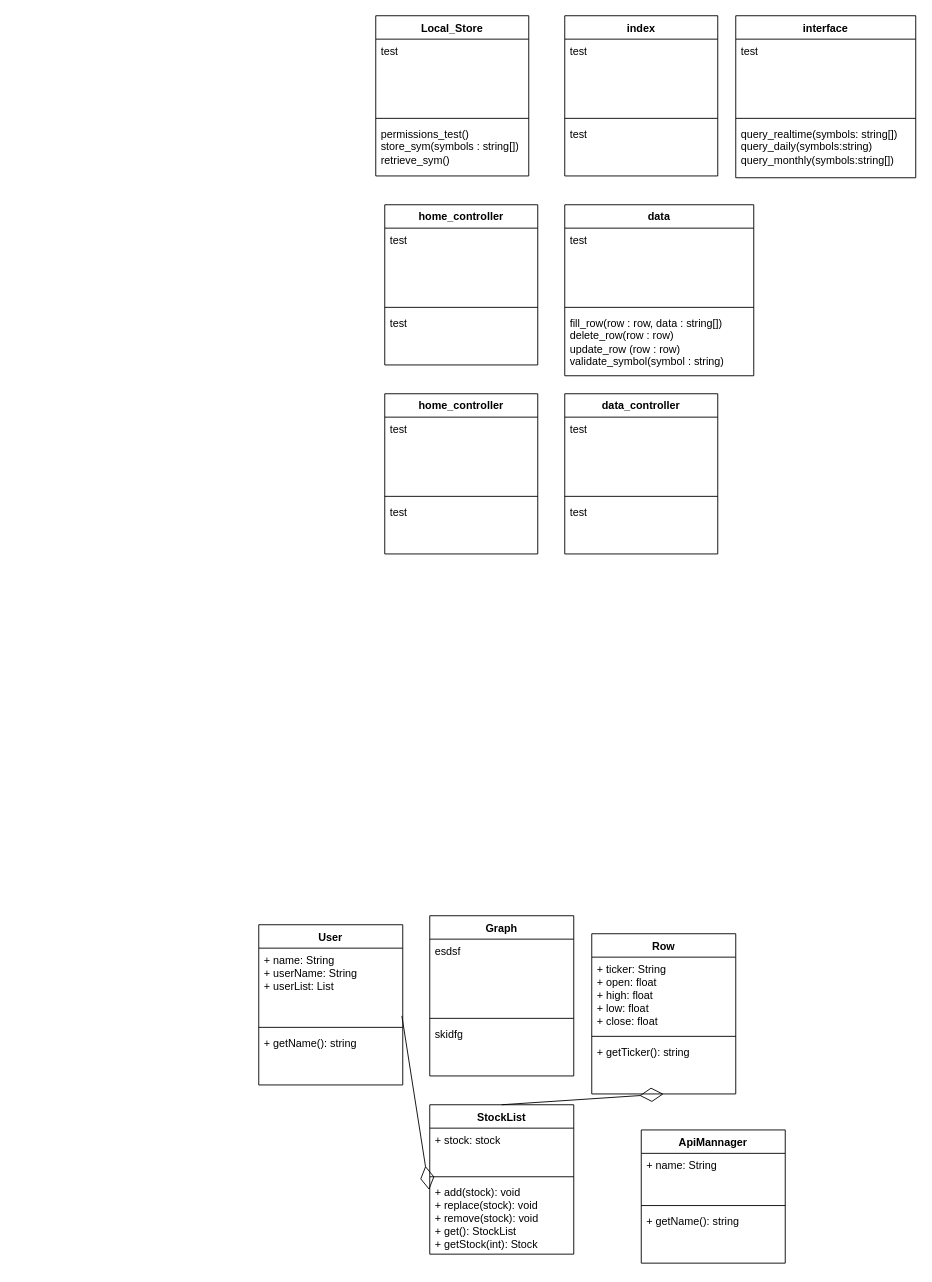
Earlier version of the draw.io diagram UML.drawio (Ian-Nelson01/480_Repo). Source tidied: cells renumbered, new cells numbered last; positions are measured from the earlier drawing's top-left corner, leaving out a move shared by most shapes. Both pictures are drawn from the tidied source at 90%, with x=0, y=0 at pixel (258, 15).
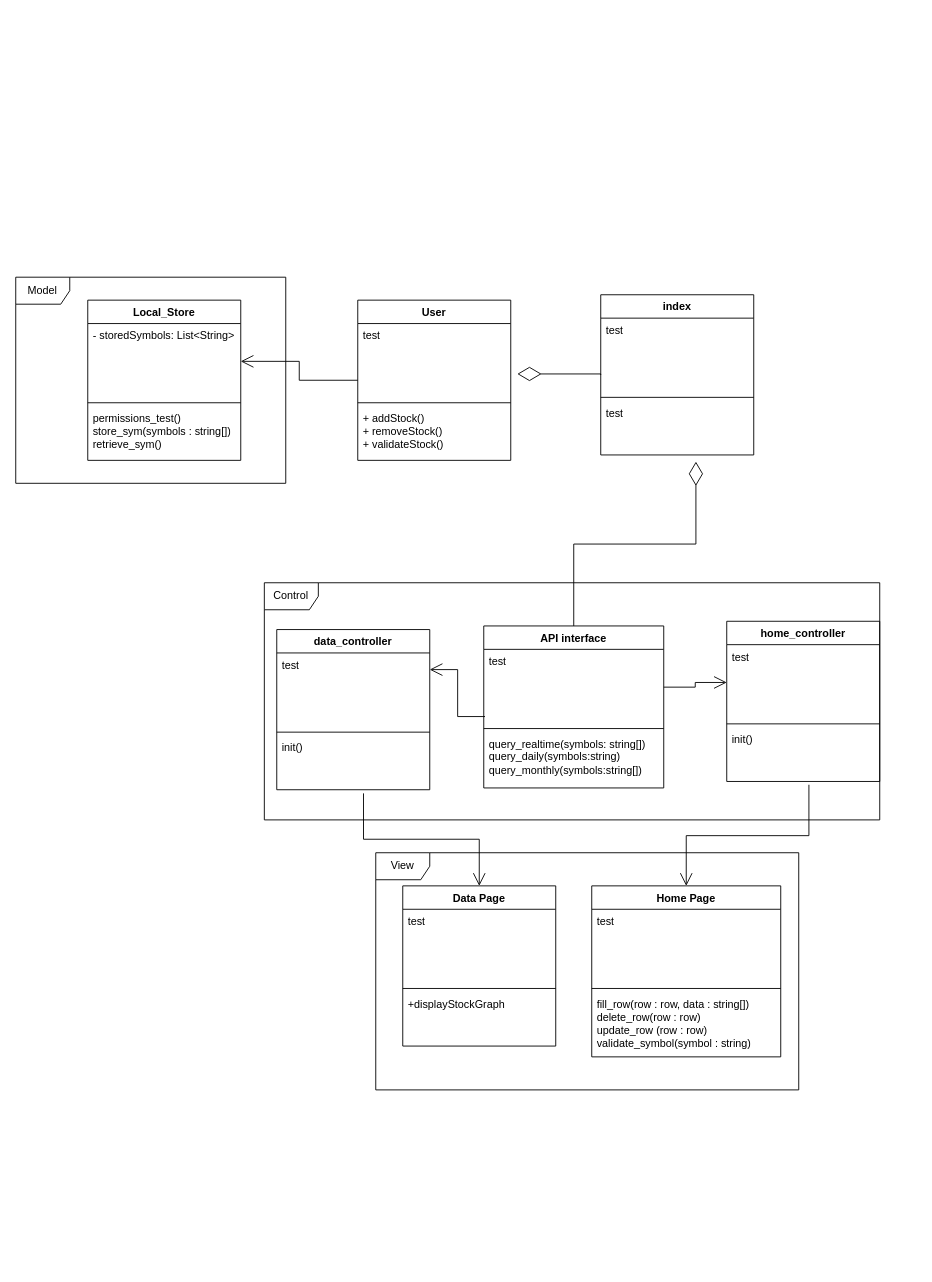
The same diagram, later.

Unchanged cells that the change refers to:
```xml
<mxCell id="31" value="test" style="text;strokeColor=none;fillColor=none;align=left;verticalAlign=top;spacingLeft=4;spacingRight=4;overflow=hidden;points=[[0,0.5],[1,0.5]];portConstraint=eastwest;whiteSpace=wrap;html=1;" parent="28" vertex="1">
  <mxGeometry y="118" width="170" height="60" as="geometry" />
</mxCell>
<mxCell id="37" value="test" style="text;strokeColor=none;fillColor=none;align=left;verticalAlign=top;spacingLeft=4;spacingRight=4;overflow=hidden;points=[[0,0.5],[1,0.5]];portConstraint=eastwest;whiteSpace=wrap;html=1;" parent="36" vertex="1">
  <mxGeometry y="26" width="170" height="84" as="geometry" />
</mxCell>
<mxCell id="49" value="test" style="text;strokeColor=none;fillColor=none;align=left;verticalAlign=top;spacingLeft=4;spacingRight=4;overflow=hidden;points=[[0,0.5],[1,0.5]];portConstraint=eastwest;whiteSpace=wrap;html=1;" parent="48" vertex="1">
  <mxGeometry y="26" width="200" height="84" as="geometry" />
</mxCell>
```

Diff of the diagram source:
```diff
@@
-    <mxCell id="2" value="Row" style="swimlane;fontStyle=1;align=center;verticalAlign=top;horizontal=1;startSize=26;whiteSpace=wrap;html=1;" parent="1" vertex="1">
-      <mxGeometry x="370" y="1020" width="160" height="178" as="geometry" />
-    </mxCell>
-    <mxCell id="3" value="+ ticker: String&lt;div&gt;+ open: float&lt;/div&gt;&lt;div&gt;+ high: float&lt;/div&gt;&lt;div&gt;+ low: float&lt;/div&gt;&lt;div&gt;+ close: float&lt;/div&gt;" style="text;strokeColor=none;fillColor=none;align=left;verticalAlign=top;spacingLeft=4;spacingRight=4;overflow=hidden;whiteSpace=wrap;html=1;" parent="2" vertex="1">
-      <mxGeometry y="26" width="160" height="84" as="geometry" />
-    </mxCell>
-    <mxCell id="4" style="line;strokeWidth=1;fillColor=none;align=left;verticalAlign=middle;spacingTop=-1;spacingLeft=3;spacingRight=3;labelPosition=right;strokeColor=inherit;" parent="2" vertex="1">
-      <mxGeometry y="110" width="160" height="8" as="geometry" />
-    </mxCell>
-    <mxCell id="5" value="+ getTicker(): string" style="text;strokeColor=none;fillColor=none;align=left;verticalAlign=top;spacingLeft=4;spacingRight=4;overflow=hidden;points=[[0,0.5],[1,0.5]];portConstraint=eastwest;whiteSpace=wrap;html=1;" parent="2" vertex="1">
-      <mxGeometry y="118" width="160" height="60" as="geometry" />
-    </mxCell>
-    <mxCell id="6" value="StockList" style="swimlane;fontStyle=1;align=center;verticalAlign=top;horizontal=1;startSize=26;whiteSpace=wrap;html=1;" parent="1" vertex="1">
-      <mxGeometry x="190" y="1210" width="160" height="166" as="geometry" />
-    </mxCell>
-    <mxCell id="7" value="+ stock: stock" style="text;strokeColor=none;fillColor=none;align=left;verticalAlign=top;spacingLeft=4;spacingRight=4;overflow=hidden;whiteSpace=wrap;html=1;" parent="6" vertex="1">
-      <mxGeometry y="26" width="160" height="50" as="geometry" />
-    </mxCell>
-    <mxCell id="8" style="line;strokeWidth=1;fillColor=none;align=left;verticalAlign=middle;spacingTop=-1;spacingLeft=3;spacingRight=3;labelPosition=right;strokeColor=inherit;" parent="6" vertex="1">
-      <mxGeometry y="76" width="160" height="8" as="geometry" />
-    </mxCell>
-    <mxCell id="9" value="+ add(stock): void&lt;div&gt;+ replace(stock): void&lt;/div&gt;&lt;div&gt;+ remove(stock): void&lt;/div&gt;&lt;div&gt;+ get(): StockList&lt;/div&gt;&lt;div&gt;+ getStock(int): Stock&lt;/div&gt;" style="text;strokeColor=none;fillColor=none;align=left;verticalAlign=top;spacingLeft=4;spacingRight=4;overflow=hidden;points=[[0,0.5],[1,0.5]];portConstraint=eastwest;whiteSpace=wrap;html=1;" parent="6" vertex="1">
-      <mxGeometry y="84" width="160" height="82" as="geometry" />
-    </mxCell>
-    <mxCell id="10" value="User" style="swimlane;fontStyle=1;align=center;verticalAlign=top;horizontal=1;startSize=26;whiteSpace=wrap;html=1;" parent="1" vertex="1">
-      <mxGeometry y="1010" width="160" height="178" as="geometry" />
-    </mxCell>
-    <mxCell id="11" value="+ name: String&lt;div&gt;+ userName: String&lt;/div&gt;&lt;div&gt;+ userList: List&lt;/div&gt;&lt;div&gt;&lt;br&gt;&lt;/div&gt;" style="text;strokeColor=none;fillColor=none;align=left;verticalAlign=top;spacingLeft=4;spacingRight=4;overflow=hidden;points=[[0,0.5],[1,0.5]];portConstraint=eastwest;whiteSpace=wrap;html=1;" parent="10" vertex="1">
-      <mxGeometry y="26" width="160" height="84" as="geometry" />
-    </mxCell>
-    <mxCell id="12" style="line;strokeWidth=1;fillColor=none;align=left;verticalAlign=middle;spacingTop=-1;spacingLeft=3;spacingRight=3;labelPosition=right;strokeColor=inherit;" parent="10" vertex="1">
-      <mxGeometry y="110" width="160" height="8" as="geometry" />
-    </mxCell>
-    <mxCell id="13" value="+ getName(): string" style="text;strokeColor=none;fillColor=none;align=left;verticalAlign=top;spacingLeft=4;spacingRight=4;overflow=hidden;whiteSpace=wrap;html=1;" parent="10" vertex="1">
-      <mxGeometry y="118" width="160" height="60" as="geometry" />
-    </mxCell>
-    <mxCell id="14" value="ApiMannager" style="swimlane;fontStyle=1;align=center;verticalAlign=top;horizontal=1;startSize=26;whiteSpace=wrap;html=1;" parent="1" vertex="1">
-      <mxGeometry x="425" y="1238" width="160" height="148" as="geometry" />
-    </mxCell>
-    <mxCell id="15" value="+ name: String" style="text;strokeColor=none;fillColor=none;align=left;verticalAlign=top;spacingLeft=4;spacingRight=4;overflow=hidden;whiteSpace=wrap;html=1;" parent="14" vertex="1">
-      <mxGeometry y="26" width="160" height="54" as="geometry" />
-    </mxCell>
-    <mxCell id="16" style="line;strokeWidth=1;fillColor=none;align=left;verticalAlign=middle;spacingTop=-1;spacingLeft=3;spacingRight=3;labelPosition=right;strokeColor=inherit;" parent="14" vertex="1">
-      <mxGeometry y="80" width="160" height="8" as="geometry" />
-    </mxCell>
-    <mxCell id="17" value="+ getName(): string" style="text;strokeColor=none;fillColor=none;align=left;verticalAlign=top;spacingLeft=4;spacingRight=4;overflow=hidden;whiteSpace=wrap;html=1;" parent="14" vertex="1">
-      <mxGeometry y="88" width="160" height="60" as="geometry" />
-    </mxCell>
-    <mxCell id="18" style="endArrow=diamondThin;endFill=0;endSize=24;html=1;rounded=0;exitX=0.5;exitY=0;exitDx=0;exitDy=0;entryX=0.499;entryY=1.001;entryDx=0;entryDy=0;entryPerimeter=0;" parent="1" edge="1" source="6" target="5">
-      <mxGeometry relative="1" as="geometry" />
-    </mxCell>
-    <mxCell id="19" style="endArrow=diamondThin;endFill=0;endSize=24;html=1;rounded=0;exitX=0.994;exitY=0.896;exitDx=0;exitDy=0;exitPerimeter=0;entryX=-0.004;entryY=0.129;entryDx=0;entryDy=0;entryPerimeter=0;" parent="1" edge="1" source="11" target="9">
-      <mxGeometry relative="1" as="geometry" />
-    </mxCell>
-    <mxCell id="20" value="Graph" style="swimlane;fontStyle=1;align=center;verticalAlign=top;horizontal=1;startSize=26;whiteSpace=wrap;html=1;" parent="1" vertex="1">
-      <mxGeometry x="190" y="1000" width="160" height="178" as="geometry" />
-    </mxCell>
-    <mxCell id="21" value="esdsf" style="text;strokeColor=none;fillColor=none;align=left;verticalAlign=top;spacingLeft=4;spacingRight=4;overflow=hidden;whiteSpace=wrap;html=1;" parent="20" vertex="1">
-      <mxGeometry y="26" width="160" height="84" as="geometry" />
-    </mxCell>
-    <mxCell id="22" style="line;strokeWidth=1;fillColor=none;align=left;verticalAlign=middle;spacingTop=-1;spacingLeft=3;spacingRight=3;labelPosition=right;strokeColor=inherit;" parent="20" vertex="1">
-      <mxGeometry y="110" width="160" height="8" as="geometry" />
-    </mxCell>
-    <mxCell id="23" value="skidfg" style="text;strokeColor=none;fillColor=none;align=left;verticalAlign=top;spacingLeft=4;spacingRight=4;overflow=hidden;whiteSpace=wrap;html=1;" parent="20" vertex="1">
-      <mxGeometry y="118" width="160" height="60" as="geometry" />
-    </mxCell>
     <mxCell id="24" value="Local_Store" style="swimlane;fontStyle=1;align=center;verticalAlign=top;horizontal=1;startSize=26;whiteSpace=wrap;html=1;" parent="1" vertex="1">
-      <mxGeometry x="130" width="170" height="178" as="geometry" />
+      <mxGeometry x="-190" y="316" width="170" height="178" as="geometry" />
     </mxCell>
-    <mxCell id="25" value="test" style="text;strokeColor=none;fillColor=none;align=left;verticalAlign=top;spacingLeft=4;spacingRight=4;overflow=hidden;points=[[0,0.5],[1,0.5]];portConstraint=eastwest;whiteSpace=wrap;html=1;" parent="24" vertex="1">
+    <mxCell id="25" value="- storedSymbols: List&amp;lt;String&amp;gt;" style="text;strokeColor=none;fillColor=none;align=left;verticalAlign=top;spacingLeft=4;spacingRight=4;overflow=hidden;points=[[0,0.5],[1,0.5]];portConstraint=eastwest;whiteSpace=wrap;html=1;" parent="24" vertex="1">
       <mxGeometry y="26" width="170" height="84" as="geometry" />
     </mxCell>
@@
     <mxCell id="28" value="index" style="swimlane;fontStyle=1;align=center;verticalAlign=top;horizontal=1;startSize=26;whiteSpace=wrap;html=1;" parent="1" vertex="1">
-      <mxGeometry x="340" width="170" height="178" as="geometry" />
+      <mxGeometry x="380" y="310" width="170" height="178" as="geometry" />
     </mxCell>
@@
-    <mxCell id="32" value="data" style="swimlane;fontStyle=1;align=center;verticalAlign=top;horizontal=1;startSize=26;whiteSpace=wrap;html=1;" parent="1" vertex="1">
-      <mxGeometry x="340" y="210" width="210" height="190" as="geometry" />
+    <mxCell id="32" value="&lt;div&gt;Home Page&lt;/div&gt;" style="swimlane;fontStyle=1;align=center;verticalAlign=top;horizontal=1;startSize=26;whiteSpace=wrap;html=1;" parent="1" vertex="1">
+      <mxGeometry x="370" y="966.8" width="210" height="190" as="geometry" />
     </mxCell>
@@
     <mxCell id="36" value="home_controller" style="swimlane;fontStyle=1;align=center;verticalAlign=top;horizontal=1;startSize=26;whiteSpace=wrap;html=1;" parent="1" vertex="1">
-      <mxGeometry x="140" y="210" width="170" height="178" as="geometry" />
+      <mxGeometry x="520" y="672.8" width="170" height="178" as="geometry" />
     </mxCell>
@@
-    <mxCell id="39" value="test" style="text;strokeColor=none;fillColor=none;align=left;verticalAlign=top;spacingLeft=4;spacingRight=4;overflow=hidden;points=[[0,0.5],[1,0.5]];portConstraint=eastwest;whiteSpace=wrap;html=1;" parent="36" vertex="1">
+    <mxCell id="39" value="init()" style="text;strokeColor=none;fillColor=none;align=left;verticalAlign=top;spacingLeft=4;spacingRight=4;overflow=hidden;points=[[0,0.5],[1,0.5]];portConstraint=eastwest;whiteSpace=wrap;html=1;" parent="36" vertex="1">
       <mxGeometry y="118" width="170" height="60" as="geometry" />
     </mxCell>
-    <mxCell id="40" value="home_controller" style="swimlane;fontStyle=1;align=center;verticalAlign=top;horizontal=1;startSize=26;whiteSpace=wrap;html=1;" parent="1" vertex="1">
-      <mxGeometry x="140" y="420" width="170" height="178" as="geometry" />
+    <mxCell id="40" value="&lt;div&gt;Data Page&lt;/div&gt;" style="swimlane;fontStyle=1;align=center;verticalAlign=top;horizontal=1;startSize=26;whiteSpace=wrap;html=1;" parent="1" vertex="1">
+      <mxGeometry x="160" y="966.8" width="170" height="178" as="geometry" />
     </mxCell>
@@
-    <mxCell id="43" value="test" style="text;strokeColor=none;fillColor=none;align=left;verticalAlign=top;spacingLeft=4;spacingRight=4;overflow=hidden;whiteSpace=wrap;html=1;" parent="40" vertex="1">
+    <mxCell id="43" value="+displayStockGraph" style="text;strokeColor=none;fillColor=none;align=left;verticalAlign=top;spacingLeft=4;spacingRight=4;overflow=hidden;whiteSpace=wrap;html=1;" parent="40" vertex="1">
       <mxGeometry y="118" width="170" height="60" as="geometry" />
     </mxCell>
     <mxCell id="44" value="data_controller" style="swimlane;fontStyle=1;align=center;verticalAlign=top;horizontal=1;startSize=26;whiteSpace=wrap;html=1;" parent="1" vertex="1">
-      <mxGeometry x="340" y="420" width="170" height="178" as="geometry" />
+      <mxGeometry x="20" y="682" width="170" height="178" as="geometry" />
     </mxCell>
@@
-    <mxCell id="47" value="test" style="text;strokeColor=none;fillColor=none;align=left;verticalAlign=top;spacingLeft=4;spacingRight=4;overflow=hidden;points=[[0,0.5],[1,0.5]];portConstraint=eastwest;whiteSpace=wrap;html=1;" parent="44" vertex="1">
+    <mxCell id="47" value="init()" style="text;strokeColor=none;fillColor=none;align=left;verticalAlign=top;spacingLeft=4;spacingRight=4;overflow=hidden;points=[[0,0.5],[1,0.5]];portConstraint=eastwest;whiteSpace=wrap;html=1;" parent="44" vertex="1">
       <mxGeometry y="118" width="170" height="60" as="geometry" />
     </mxCell>
-    <mxCell id="48" value="interface" style="swimlane;fontStyle=1;align=center;verticalAlign=top;horizontal=1;startSize=26;whiteSpace=wrap;html=1;" parent="1" vertex="1">
-      <mxGeometry x="530" width="200" height="180" as="geometry" />
+    <mxCell id="48" value="API interface" style="swimlane;fontStyle=1;align=center;verticalAlign=top;horizontal=1;startSize=26;whiteSpace=wrap;html=1;" parent="1" vertex="1">
+      <mxGeometry x="250" y="678" width="200" height="180" as="geometry" />
     </mxCell>
@@
+    <mxCell id="52" value="Model" style="shape=umlFrame;whiteSpace=wrap;html=1;" parent="1" vertex="1">
+      <mxGeometry x="-270" y="290.5" width="300" height="229" as="geometry" />
+    </mxCell>
+    <mxCell id="53" style="endArrow=open;endFill=1;endSize=12;html=1;rounded=0;entryX=1;entryY=0.5;entryDx=0;entryDy=0;exitX=0;exitY=0.5;exitDx=0;exitDy=0;edgeStyle=elbowEdgeStyle;" parent="1" edge="1" source="10" target="25">
+      <mxGeometry relative="1" as="geometry" />
+    </mxCell>
+    <mxCell id="10" value="User" style="swimlane;fontStyle=1;align=center;verticalAlign=top;horizontal=1;startSize=26;whiteSpace=wrap;html=1;" parent="1" vertex="1">
+      <mxGeometry x="110" y="316" width="170" height="178" as="geometry" />
+    </mxCell>
+    <mxCell id="54" value="test" style="text;strokeColor=none;fillColor=none;align=left;verticalAlign=top;spacingLeft=4;spacingRight=4;overflow=hidden;points=[[0,0.5],[1,0.5]];portConstraint=eastwest;whiteSpace=wrap;html=1;" parent="10" vertex="1">
+      <mxGeometry y="26" width="170" height="84" as="geometry" />
+    </mxCell>
+    <mxCell id="55" style="line;strokeWidth=1;fillColor=none;align=left;verticalAlign=middle;spacingTop=-1;spacingLeft=3;spacingRight=3;labelPosition=right;strokeColor=inherit;" parent="10" vertex="1">
+      <mxGeometry y="110" width="170" height="8" as="geometry" />
+    </mxCell>
+    <mxCell id="56" value="&lt;div&gt;+ addStock()&lt;/div&gt;&lt;div&gt;+ removeStock()&lt;/div&gt;&lt;div&gt;+ validateStock()&lt;br&gt;&lt;/div&gt;" style="text;strokeColor=none;fillColor=none;align=left;verticalAlign=top;spacingLeft=4;spacingRight=4;overflow=hidden;whiteSpace=wrap;html=1;" parent="10" vertex="1">
+      <mxGeometry y="118" width="170" height="60" as="geometry" />
+    </mxCell>
+    <mxCell id="57" value="Control" style="shape=umlFrame;whiteSpace=wrap;html=1;" parent="1" vertex="1">
+      <mxGeometry x="6.2" y="630" width="683.8" height="263.5" as="geometry" />
+    </mxCell>
+    <mxCell id="58" style="endArrow=diamondThin;endFill=0;endSize=24;html=1;rounded=0;entryX=0.622;entryY=1.124;entryDx=0;entryDy=0;exitX=0.5;exitY=0;exitDx=0;exitDy=0;entryPerimeter=0;edgeStyle=elbowEdgeStyle;elbow=vertical;" parent="1" edge="1" source="48" target="31">
+      <mxGeometry relative="1" as="geometry" />
+    </mxCell>
+    <mxCell id="59" value="View" style="shape=umlFrame;whiteSpace=wrap;html=1;" parent="1" vertex="1">
+      <mxGeometry x="130" y="930" width="470" height="263.5" as="geometry" />
+    </mxCell>
+    <mxCell id="60" style="endArrow=diamondThin;endFill=0;endSize=24;html=1;rounded=0;entryX=1.043;entryY=0.655;entryDx=0;entryDy=0;exitX=0;exitY=0.5;exitDx=0;exitDy=0;entryPerimeter=0;edgeStyle=elbowEdgeStyle;elbow=vertical;" parent="1" edge="1" source="28" target="54">
+      <mxGeometry relative="1" as="geometry" />
+    </mxCell>
+    <mxCell id="61" style="endArrow=open;endFill=1;endSize=12;html=1;rounded=0;entryX=0.5;entryY=0;entryDx=0;entryDy=0;exitX=0.567;exitY=1.067;exitDx=0;exitDy=0;edgeStyle=elbowEdgeStyle;exitPerimeter=0;elbow=vertical;" parent="1" edge="1" source="47" target="40">
+      <mxGeometry relative="1" as="geometry" />
+    </mxCell>
+    <mxCell id="62" style="endArrow=open;endFill=1;endSize=12;html=1;rounded=0;entryX=0.5;entryY=0;entryDx=0;entryDy=0;exitX=0.537;exitY=1.061;exitDx=0;exitDy=0;edgeStyle=elbowEdgeStyle;exitPerimeter=0;elbow=vertical;" parent="1" edge="1" source="39" target="32">
+      <mxGeometry relative="1" as="geometry" />
+    </mxCell>
+    <mxCell id="63" style="endArrow=open;endFill=1;endSize=12;html=1;rounded=0;entryX=1;entryY=0.25;entryDx=0;entryDy=0;exitX=0.007;exitY=0.889;exitDx=0;exitDy=0;edgeStyle=elbowEdgeStyle;exitPerimeter=0;" parent="1" edge="1" source="49" target="44">
+      <mxGeometry relative="1" as="geometry" />
+    </mxCell>
+    <mxCell id="64" style="endArrow=open;endFill=1;endSize=12;html=1;rounded=0;entryX=0;entryY=0.5;entryDx=0;entryDy=0;exitX=1;exitY=0.5;exitDx=0;exitDy=0;edgeStyle=elbowEdgeStyle;" parent="1" edge="1" source="49" target="37">
+      <mxGeometry relative="1" as="geometry" />
+    </mxCell>
```
